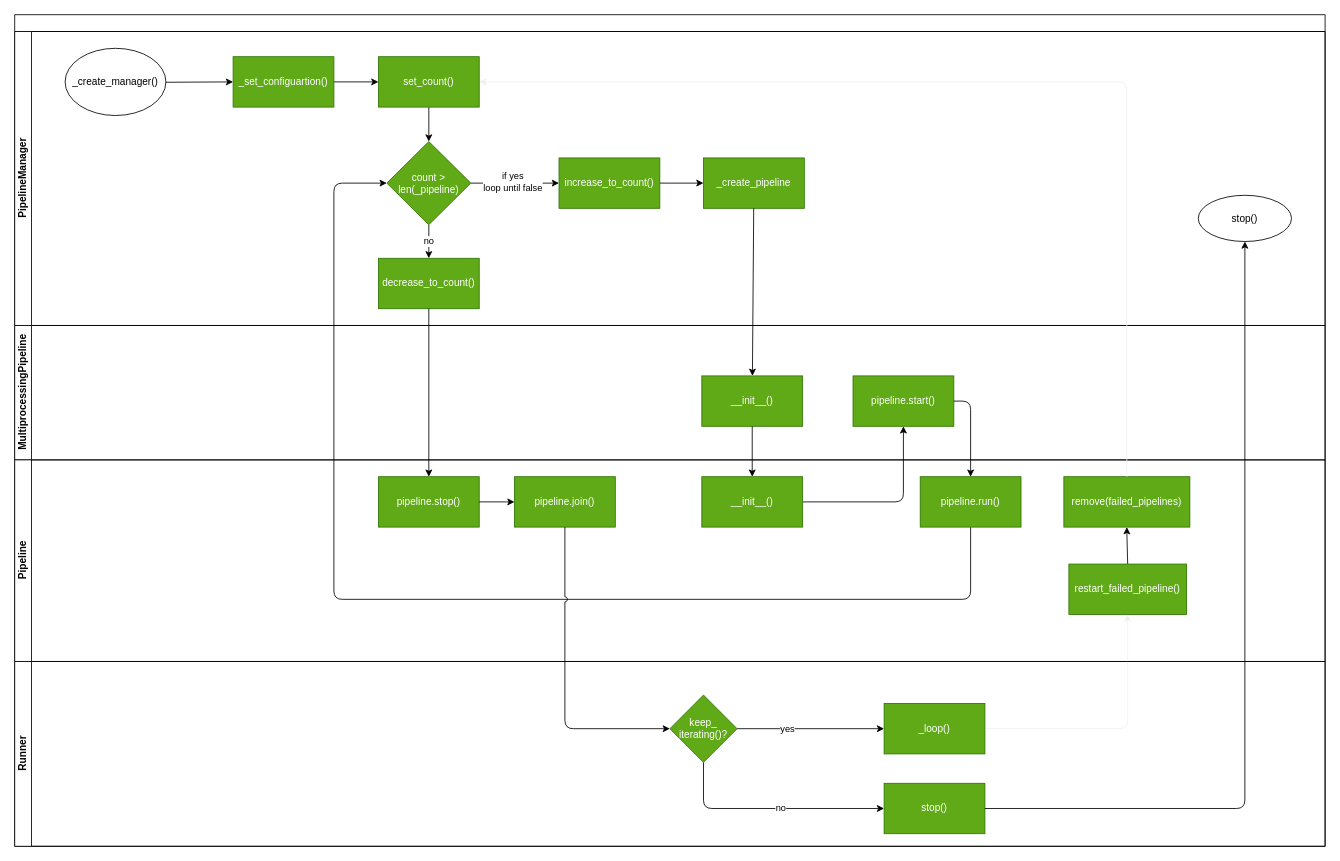
Earlier version of the draw.io diagram doc/source/development/architecture/diagramms/pipelineManager.drawio (fkie-cad/Logprep). Source tidied: cells renumbered, new cells numbered last; positions are measured from the earlier drawing's top-left corner, leaving out a move shared by most shapes. Both pictures are drawn from the tidied source at 84%, with x=0, y=0 at pixel (14, 14).
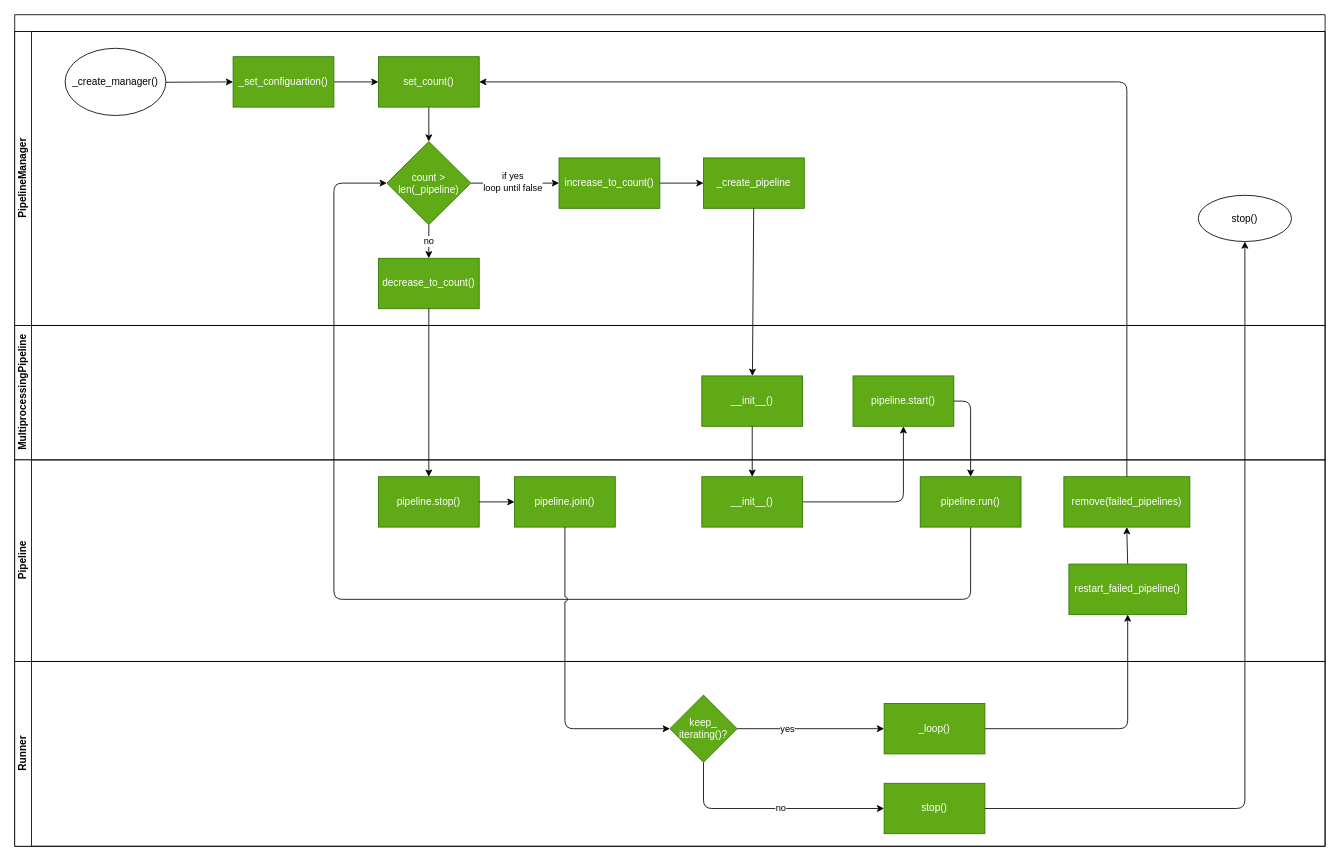
The same page after the edit.

The change refers to these unchanged cells:
```xml
<mxCell id="2" style="swimlane;html=1;horizontal=1;startSize=20;whiteSpace=wrap;" parent="1" vertex="1">
  <mxGeometry width="1560" height="990" as="geometry" />
</mxCell>
<mxCell id="9" value="set_count()" style="whiteSpace=wrap;html=1;fillColor=#60a917;fontColor=#ffffff;strokeColor=#2D7600;" parent="3" vertex="1">
  <mxGeometry x="433" y="30" width="120" height="60" as="geometry" />
</mxCell>
<mxCell id="35" value="restart_failed_pipeline()" style="whiteSpace=wrap;html=1;rounded=0;fillColor=#60a917;fontColor=#ffffff;strokeColor=#2D7600;" parent="28" vertex="1">
  <mxGeometry x="1255" y="124" width="140" height="60" as="geometry" />
</mxCell>
<mxCell id="36" value="remove(failed_pipelines)" style="whiteSpace=wrap;html=1;rounded=0;fillColor=#60a917;fontColor=#ffffff;strokeColor=#2D7600;" parent="28" vertex="1">
  <mxGeometry x="1249" y="20" width="150" height="60" as="geometry" />
</mxCell>
<mxCell id="46" value="_loop()" style="whiteSpace=wrap;html=1;rounded=0;fillColor=#60a917;fontColor=#ffffff;strokeColor=#2D7600;" parent="40" vertex="1">
  <mxGeometry x="1035" y="50" width="120" height="60" as="geometry" />
</mxCell>
```

Change to the diagram source:
```diff
@@
-    <mxCell id="37" style="edgeStyle=orthogonalEdgeStyle;jumpStyle=arc;html=1;strokeColor=#F0F0F0;" parent="2" edge="1" source="46" target="35">
+    <mxCell id="37" style="edgeStyle=orthogonalEdgeStyle;jumpStyle=arc;html=1;strokeColor=#000000;" parent="2" edge="1" source="46" target="35">
       <mxGeometry relative="1" as="geometry" />
     </mxCell>
-    <mxCell id="38" style="edgeStyle=orthogonalEdgeStyle;jumpStyle=arc;html=1;entryX=1;entryY=0.5;entryDx=0;entryDy=0;fillColor=#60a917;strokeColor=#F0F0F0;exitX=0.5;exitY=0;exitDx=0;exitDy=0;" parent="2" edge="1" source="36" target="9">
+    <mxCell id="38" style="edgeStyle=orthogonalEdgeStyle;jumpStyle=arc;html=1;entryX=1;entryY=0.5;entryDx=0;entryDy=0;fillColor=#60a917;strokeColor=#000000;exitX=0.5;exitY=0;exitDx=0;exitDy=0;" parent="2" edge="1" source="36" target="9">
       <mxGeometry relative="1" as="geometry">
         <Array as="points">
           <mxPoint x="1324" y="80" />
         </Array>
       </mxGeometry>
     </mxCell>
```
